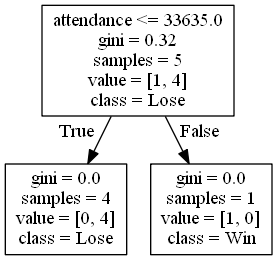
Before: DecisionTrees/Mountain Westdecision_tree_no_score3.png, a diagram exported from Graphviz (alexana-steck/CSE482Project). Its source is kept beside it as DecisionTrees/Mountain Westdecision_tree_no_score3.dot.
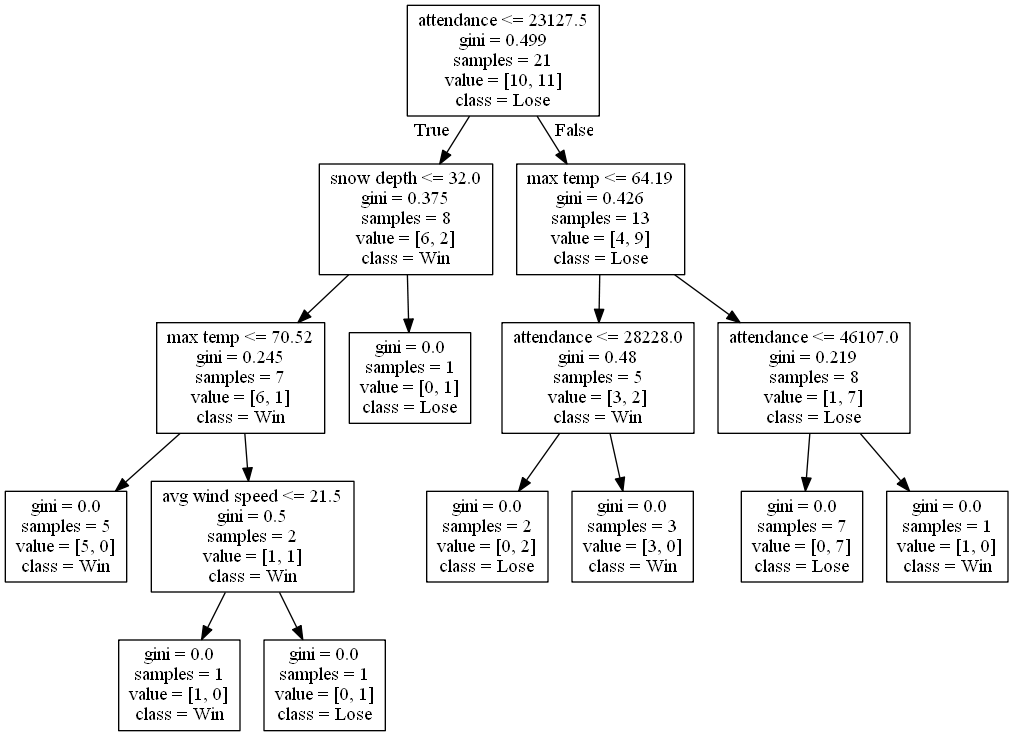
The same diagram one commit later.

Change to the diagram source:
```diff
@@ -1,8 +1,32 @@
 digraph Tree {
 node [shape=box] ;
-0 [label="attendance <= 33635.0\ngini = 0.32\nsamples = 5\nvalue = [1, 4]\nclass = Lose"] ;
-1 [label="gini = 0.0\nsamples = 4\nvalue = [0, 4]\nclass = Lose"] ;
+0 [label="attendance <= 23127.5\ngini = 0.499\nsamples = 21\nvalue = [10, 11]\nclass = Lose"] ;
+1 [label="snow depth <= 32.0\ngini = 0.375\nsamples = 8\nvalue = [6, 2]\nclass = Win"] ;
 0 -> 1 [labeldistance=2.5, labelangle=45, headlabel="True"] ;
-2 [label="gini = 0.0\nsamples = 1\nvalue = [1, 0]\nclass = Win"] ;
-0 -> 2 [labeldistance=2.5, labelangle=-45, headlabel="False"] ;
+2 [label="max temp <= 70.52\ngini = 0.245\nsamples = 7\nvalue = [6, 1]\nclass = Win"] ;
+1 -> 2 ;
+3 [label="gini = 0.0\nsamples = 5\nvalue = [5, 0]\nclass = Win"] ;
+2 -> 3 ;
+4 [label="avg wind speed <= 21.5\ngini = 0.5\nsamples = 2\nvalue = [1, 1]\nclass = Win"] ;
+2 -> 4 ;
+5 [label="gini = 0.0\nsamples = 1\nvalue = [1, 0]\nclass = Win"] ;
+4 -> 5 ;
+6 [label="gini = 0.0\nsamples = 1\nvalue = [0, 1]\nclass = Lose"] ;
+4 -> 6 ;
+7 [label="gini = 0.0\nsamples = 1\nvalue = [0, 1]\nclass = Lose"] ;
+1 -> 7 ;
+8 [label="max temp <= 64.19\ngini = 0.426\nsamples = 13\nvalue = [4, 9]\nclass = Lose"] ;
+0 -> 8 [labeldistance=2.5, labelangle=-45, headlabel="False"] ;
+9 [label="attendance <= 28228.0\ngini = 0.48\nsamples = 5\nvalue = [3, 2]\nclass = Win"] ;
+8 -> 9 ;
+10 [label="gini = 0.0\nsamples = 2\nvalue = [0, 2]\nclass = Lose"] ;
+9 -> 10 ;
+11 [label="gini = 0.0\nsamples = 3\nvalue = [3, 0]\nclass = Win"] ;
+9 -> 11 ;
+12 [label="attendance <= 46107.0\ngini = 0.219\nsamples = 8\nvalue = [1, 7]\nclass = Lose"] ;
+8 -> 12 ;
+13 [label="gini = 0.0\nsamples = 7\nvalue = [0, 7]\nclass = Lose"] ;
+12 -> 13 ;
+14 [label="gini = 0.0\nsamples = 1\nvalue = [1, 0]\nclass = Win"] ;
+12 -> 14 ;
 }
```
